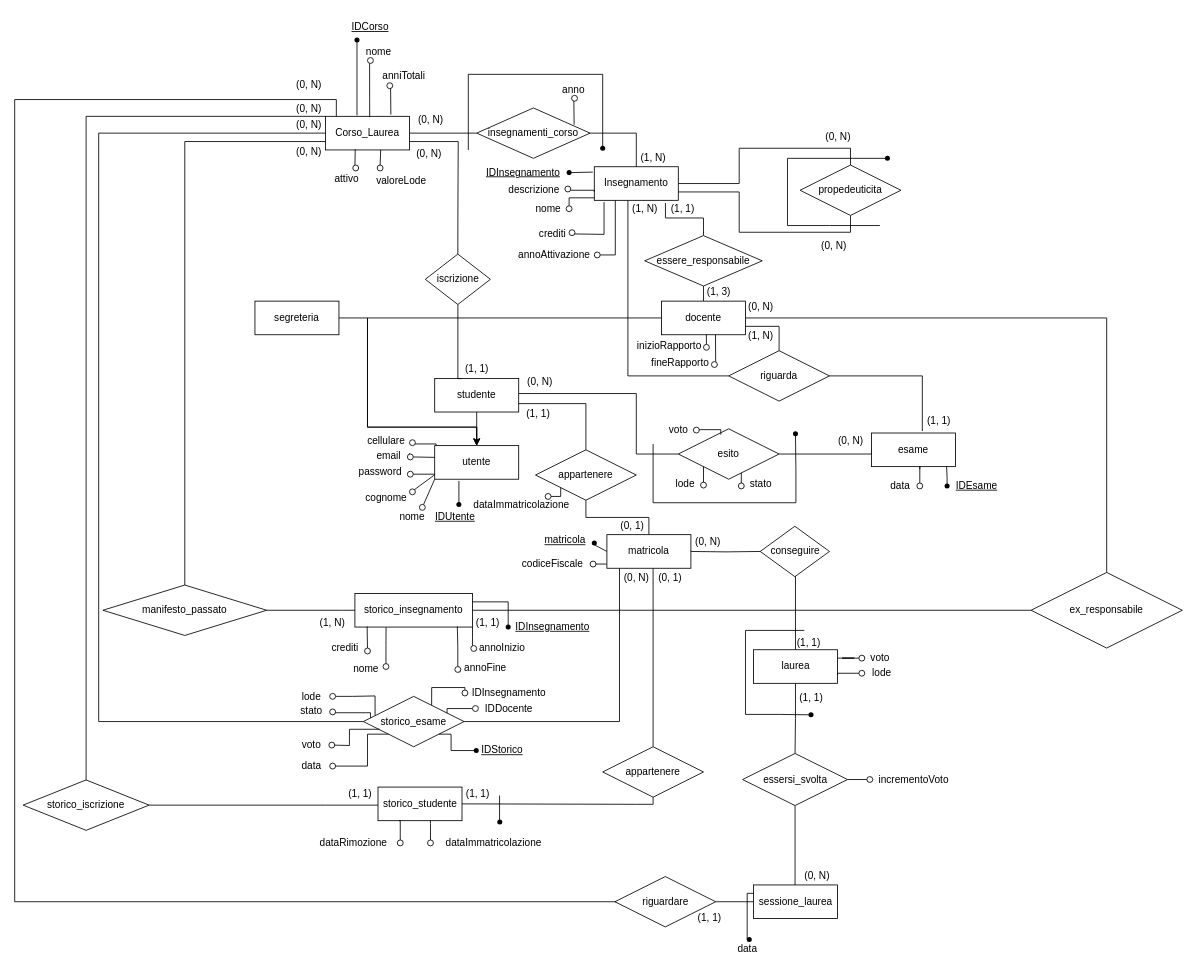
Earlier version of the draw.io diagram page "ER" (1 of 3) of uni.drawio (michelebolis/UniversityExamSystem). Source tidied: cells renumbered, new cells numbered last; positions are measured from the earlier drawing's top-left corner, leaving out a move shared by most shapes. Both pictures are drawn from the tidied source at 84%, with x=0, y=0 at pixel (14, 14).
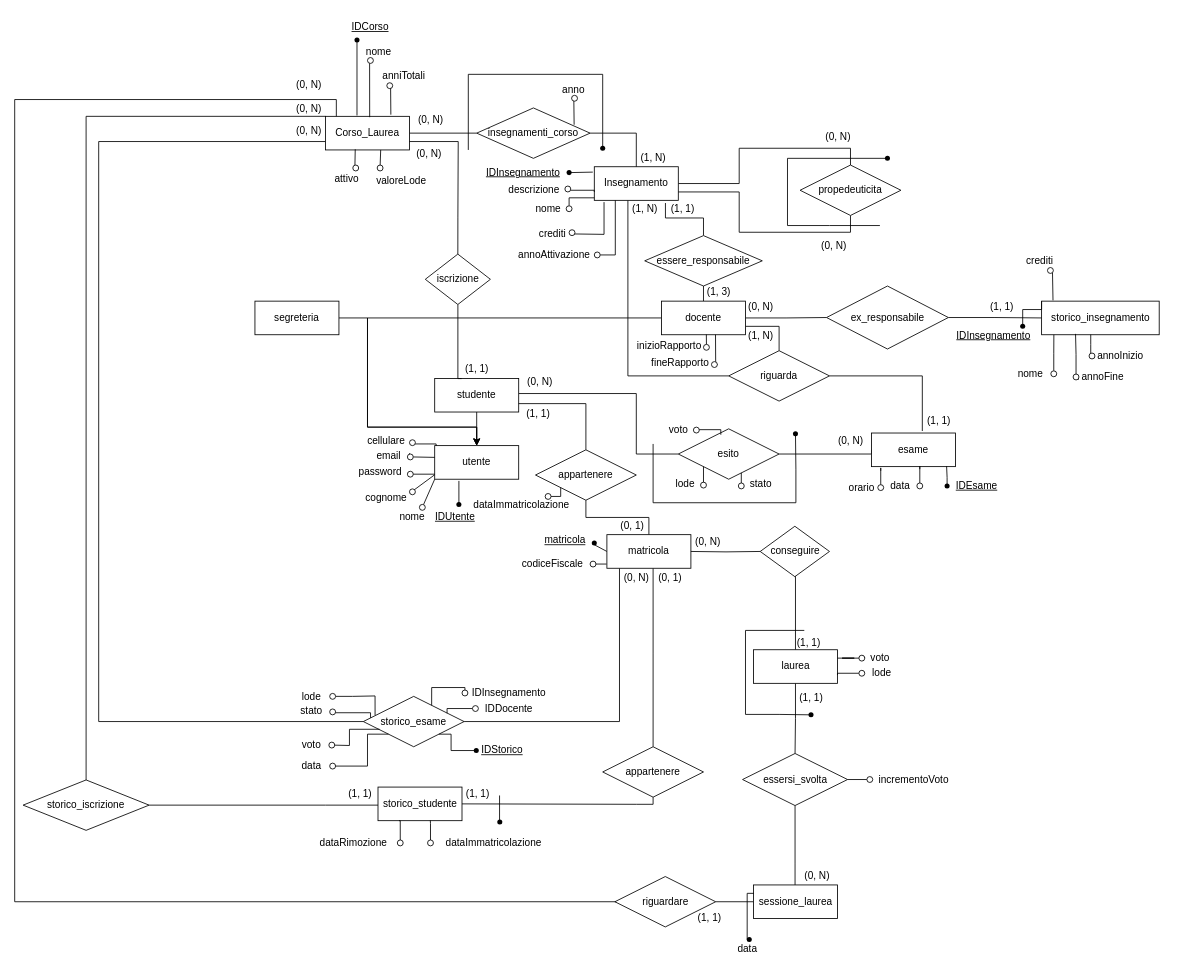
The same page after the edit.

Unchanged cells that the change refers to:
```xml
<mxCell id="10" value="docente" style="whiteSpace=wrap;html=1;align=center;" parent="1" vertex="1">
  <mxGeometry x="770" y="341" width="100" height="40" as="geometry" />
</mxCell>
<mxCell id="17" value="Corso_Laurea" style="whiteSpace=wrap;html=1;align=center;" parent="1" vertex="1">
  <mxGeometry x="370" y="121" width="100" height="40" as="geometry" />
</mxCell>
<mxCell id="65" value="storico_esame" style="shape=rhombus;perimeter=rhombusPerimeter;whiteSpace=wrap;html=1;align=center;" parent="1" vertex="1">
  <mxGeometry x="415" y="811.5" width="120" height="60" as="geometry" />
</mxCell>
```

The edit, as a diff of the source:
```diff
@@
-    <mxCell id="7" style="edgeStyle=orthogonalEdgeStyle;rounded=0;jettySize=auto;html=1;entryX=0.5;entryY=0;entryDx=0;entryDy=0;endArrow=none;endFill=0;" parent="1" edge="1" source="10" target="63">
+    <mxCell id="7" style="edgeStyle=orthogonalEdgeStyle;rounded=0;jettySize=auto;html=1;entryX=0;entryY=0.5;entryDx=0;entryDy=0;endArrow=none;endFill=0;" parent="1" edge="1" source="10" target="63">
       <mxGeometry relative="1" as="geometry" />
     </mxCell>
@@
-    <mxCell id="15" style="edgeStyle=orthogonalEdgeStyle;rounded=0;jettySize=auto;html=1;endArrow=none;endFill=0;exitX=0;exitY=0.75;exitDx=0;exitDy=0;" parent="1" edge="1" source="17" target="70">
-      <mxGeometry relative="1" as="geometry" />
-    </mxCell>
     <mxCell id="16" style="edgeStyle=orthogonalEdgeStyle;rounded=0;jettySize=auto;html=1;entryX=0;entryY=0.5;entryDx=0;entryDy=0;endArrow=none;endFill=0;" parent="1" edge="1" source="17" target="65">
       <mxGeometry relative="1" as="geometry">
         <Array as="points">
-          <mxPoint x="100" y="141" />
+          <mxPoint x="100" y="151" />
           <mxPoint x="100" y="842" />
         </Array>
       </mxGeometry>
     </mxCell>
@@
-    <mxCell id="55" style="edgeStyle=orthogonalEdgeStyle;rounded=0;jettySize=auto;html=1;entryX=1;entryY=0.5;entryDx=0;entryDy=0;exitX=0;exitY=0.5;exitDx=0;exitDy=0;endArrow=none;endFill=0;" parent="1" edge="1" source="56" target="70">
-      <mxGeometry relative="1" as="geometry">
-        <Array as="points">
-          <mxPoint x="390" y="709" />
-          <mxPoint x="390" y="709" />
-        </Array>
-      </mxGeometry>
-    </mxCell>
     <mxCell id="56" value="storico_insegnamento" style="whiteSpace=wrap;html=1;align=center;" parent="1" vertex="1">
-      <mxGeometry x="405" y="689" width="140" height="40" as="geometry" />
+      <mxGeometry x="1222.5" y="341" width="140" height="40" as="geometry" />
     </mxCell>
@@
-    <mxCell id="62" style="edgeStyle=orthogonalEdgeStyle;rounded=0;jettySize=auto;html=1;entryX=1;entryY=0.5;entryDx=0;entryDy=0;endArrow=none;endFill=0;" parent="1" edge="1" source="63" target="56">
+    <mxCell id="62" style="edgeStyle=orthogonalEdgeStyle;rounded=0;jettySize=auto;html=1;endArrow=none;endFill=0;" parent="1" edge="1" source="63" target="56">
       <mxGeometry relative="1" as="geometry" />
     </mxCell>
     <mxCell id="63" value="ex_responsabile" style="shape=rhombus;perimeter=rhombusPerimeter;whiteSpace=wrap;html=1;align=center;" parent="1" vertex="1">
-      <mxGeometry x="1210" y="664" width="180" height="90" as="geometry" />
+      <mxGeometry x="966.5" y="323" width="145" height="75" as="geometry" />
     </mxCell>
@@
     <mxCell id="68" value="annoInizio" style="text;html=1;align=center;verticalAlign=middle;strokeColor=none;fillColor=none;" parent="1" vertex="1">
-      <mxGeometry x="540" y="739" width="80" height="30" as="geometry" />
+      <mxGeometry x="1276" y="390.8" width="80" height="30" as="geometry" />
     </mxCell>
     <mxCell id="69" value="annoFine" style="text;html=1;align=center;verticalAlign=middle;strokeColor=none;fillColor=none;" parent="1" vertex="1">
-      <mxGeometry x="524.5" y="762.5" width="70" height="30" as="geometry" />
+      <mxGeometry x="1260" y="416.3" width="70" height="30" as="geometry" />
     </mxCell>
-    <mxCell id="70" value="manifesto_passato" style="shape=rhombus;perimeter=rhombusPerimeter;whiteSpace=wrap;html=1;align=center;" parent="1" vertex="1">
-      <mxGeometry x="105" y="679" width="195" height="60" as="geometry" />
-    </mxCell>
@@
-    <mxCell id="74" value="(0, N)" style="text;html=1;align=center;verticalAlign=middle;strokeColor=none;fillColor=none;" parent="1" vertex="1">
-      <mxGeometry x="325" y="149" width="50" height="30" as="geometry" />
-    </mxCell>
-    <mxCell id="75" value="(1, N)" style="text;html=1;align=center;verticalAlign=middle;strokeColor=none;fillColor=none;" parent="1" vertex="1">
-      <mxGeometry x="352.5" y="709" width="50" height="30" as="geometry" />
-    </mxCell>
@@
     <mxCell id="101" value="(1, 1)" style="text;html=1;align=center;verticalAlign=middle;strokeColor=none;fillColor=none;" parent="1" vertex="1">
-      <mxGeometry x="537.5" y="709" width="50" height="30" as="geometry" />
+      <mxGeometry x="1150" y="333" width="50" height="30" as="geometry" />
     </mxCell>
     <mxCell id="102" value="IDInsegnamento" style="text;html=1;align=center;verticalAlign=middle;strokeColor=none;fillColor=none;fontStyle=4;" parent="1" vertex="1">
-      <mxGeometry x="585" y="714" width="110" height="30" as="geometry" />
+      <mxGeometry x="1110" y="367" width="110" height="30" as="geometry" />
     </mxCell>
-    <mxCell id="103" style="edgeStyle=orthogonalEdgeStyle;rounded=0;jettySize=auto;html=1;entryX=1;entryY=0.25;entryDx=0;entryDy=0;endArrow=none;endFill=0;" parent="1" edge="1" source="104" target="56">
+    <mxCell id="103" style="edgeStyle=orthogonalEdgeStyle;rounded=0;jettySize=auto;html=1;entryX=0;entryY=0;entryDx=0;entryDy=0;endArrow=none;endFill=0;" parent="1" edge="1" target="56">
       <mxGeometry relative="1" as="geometry">
+        <mxPoint x="1200" y="371" as="sourcePoint" />
         <Array as="points">
-          <mxPoint x="587.5" y="699" />
+          <mxPoint x="1200" y="351" />
+          <mxPoint x="1223" y="351" />
         </Array>
       </mxGeometry>
     </mxCell>
     <mxCell id="104" style="shape=waypoint;sketch=0;size=6;points=[];fillColor=none;perimeter=centerPerimeter;snapToPoint=1;" parent="1" vertex="1">
-      <mxGeometry x="577.5" y="719" width="20" height="20" as="geometry" />
+      <mxGeometry x="1190" y="361" width="20" height="20" as="geometry" />
     </mxCell>
     <mxCell id="105" value="nome" style="text;html=1;align=center;verticalAlign=middle;strokeColor=none;fillColor=none;" parent="1" vertex="1">
-      <mxGeometry x="392.5" y="764" width="50" height="30" as="geometry" />
+      <mxGeometry x="1183.5" y="412.5" width="50" height="30" as="geometry" />
     </mxCell>
     <mxCell id="106" value="crediti" style="text;html=1;align=center;verticalAlign=middle;strokeColor=none;fillColor=none;" parent="1" vertex="1">
-      <mxGeometry x="362.5" y="739" width="60" height="30" as="geometry" />
+      <mxGeometry x="1190" y="278" width="60" height="30" as="geometry" />
     </mxCell>
@@
-    <mxCell id="134" style="edgeStyle=orthogonalEdgeStyle;rounded=0;jettySize=auto;html=1;entryX=1;entryY=1;entryDx=0;entryDy=0;endArrow=none;endFill=0;" parent="1" edge="1" source="209" target="56">
+    <mxCell id="134" style="edgeStyle=orthogonalEdgeStyle;rounded=0;jettySize=auto;html=1;entryX=1;entryY=1;entryDx=0;entryDy=0;endArrow=none;endFill=0;" parent="1" edge="1" source="209">
       <mxGeometry relative="1" as="geometry">
+        <mxPoint x="1281" y="380.8" as="targetPoint" />
         <Array as="points">
-          <mxPoint x="545" y="741" />
-          <mxPoint x="545" y="741" />
+          <mxPoint x="1281" y="392.8" />
+          <mxPoint x="1281" y="392.8" />
         </Array>
       </mxGeometry>
     </mxCell>
-    <mxCell id="135" style="edgeStyle=orthogonalEdgeStyle;rounded=0;jettySize=auto;html=1;entryX=0.871;entryY=0.981;entryDx=0;entryDy=0;entryPerimeter=0;endArrow=none;endFill=0;" parent="1" edge="1" source="211" target="56">
-      <mxGeometry relative="1" as="geometry" />
+    <mxCell id="135" style="edgeStyle=orthogonalEdgeStyle;rounded=0;jettySize=auto;html=1;entryX=0.871;entryY=0.981;entryDx=0;entryDy=0;entryPerimeter=0;endArrow=none;endFill=0;" parent="1" edge="1" source="211">
+      <mxGeometry relative="1" as="geometry">
+        <mxPoint x="1262.9" y="380" as="targetPoint" />
+      </mxGeometry>
     </mxCell>
-    <mxCell id="136" style="edgeStyle=orthogonalEdgeStyle;rounded=0;jettySize=auto;html=1;entryX=0.104;entryY=0.981;entryDx=0;entryDy=0;entryPerimeter=0;endArrow=none;endFill=0;" parent="1" edge="1" target="56">
-      <mxGeometry relative="1" as="geometry">
-        <mxPoint x="420" y="754" as="sourcePoint" />
-      </mxGeometry>
+    <mxCell id="136" style="edgeStyle=orthogonalEdgeStyle;rounded=0;jettySize=auto;html=1;entryX=0.097;entryY=-0.023;entryDx=0;entryDy=0;entryPerimeter=0;endArrow=none;endFill=0;exitX=1;exitY=1;exitDx=0;exitDy=0;" parent="1" edge="1" source="214" target="56">
+      <mxGeometry relative="1" as="geometry" />
     </mxCell>
@@
     <mxCell id="208" style="edgeStyle=orthogonalEdgeStyle;rounded=0;jettySize=auto;html=1;entryX=1;entryY=1;entryDx=0;entryDy=0;endArrow=none;endFill=0;" parent="1" edge="1" target="209">
       <mxGeometry relative="1" as="geometry">
-        <mxPoint x="545" y="754" as="sourcePoint" />
+        <mxPoint x="1281" y="405.8" as="sourcePoint" />
       </mxGeometry>
     </mxCell>
     <mxCell id="209" style="ellipse;whiteSpace=wrap;html=1;" parent="1" vertex="1">
-      <mxGeometry x="543" y="751" width="7" height="7" as="geometry" />
+      <mxGeometry x="1279" y="402.8" width="7" height="7" as="geometry" />
     </mxCell>
     <mxCell id="210" style="edgeStyle=orthogonalEdgeStyle;rounded=0;jettySize=auto;html=1;entryX=0.871;entryY=0.981;entryDx=0;entryDy=0;entryPerimeter=0;endArrow=none;endFill=0;" parent="1" edge="1" target="211">
       <mxGeometry relative="1" as="geometry">
-        <mxPoint x="527.5" y="779" as="sourcePoint" />
+        <mxPoint x="1263.5" y="430.8" as="sourcePoint" />
       </mxGeometry>
     </mxCell>
     <mxCell id="211" style="ellipse;whiteSpace=wrap;html=1;" parent="1" vertex="1">
-      <mxGeometry x="524" y="776" width="7" height="7" as="geometry" />
+      <mxGeometry x="1260" y="427.8" width="7" height="7" as="geometry" />
     </mxCell>
-    <mxCell id="212" style="edgeStyle=orthogonalEdgeStyle;rounded=0;jettySize=auto;html=1;endArrow=none;endFill=0;entryX=0.265;entryY=1.012;entryDx=0;entryDy=0;entryPerimeter=0;" parent="1" edge="1" source="213" target="56">
-      <mxGeometry relative="1" as="geometry" />
+    <mxCell id="212" style="edgeStyle=orthogonalEdgeStyle;rounded=0;jettySize=auto;html=1;endArrow=none;endFill=0;entryX=0.265;entryY=1.012;entryDx=0;entryDy=0;entryPerimeter=0;" parent="1" edge="1" source="213">
+      <mxGeometry relative="1" as="geometry">
+        <mxPoint x="1237.1" y="381" as="targetPoint" />
+      </mxGeometry>
     </mxCell>
     <mxCell id="213" style="ellipse;whiteSpace=wrap;html=1;" parent="1" vertex="1">
-      <mxGeometry x="438.5" y="772.5" width="7" height="7" as="geometry" />
+      <mxGeometry x="1233.5" y="424" width="7" height="7" as="geometry" />
     </mxCell>
     <mxCell id="214" style="ellipse;whiteSpace=wrap;html=1;" parent="1" vertex="1">
-      <mxGeometry x="416.5" y="754" width="7" height="7" as="geometry" />
+      <mxGeometry x="1229.5" y="301" width="7" height="7" as="geometry" />
     </mxCell>
@@
     <mxCell id="250" value="(0, N)" style="text;html=1;align=center;verticalAlign=middle;strokeColor=none;fillColor=none;" parent="1" vertex="1">
-      <mxGeometry x="325" y="116" width="50" height="30" as="geometry" />
+      <mxGeometry x="325" y="124" width="50" height="30" as="geometry" />
     </mxCell>
@@
+    <mxCell id="258" value="orario" style="text;html=1;align=center;verticalAlign=middle;strokeColor=none;fillColor=none;" parent="1" vertex="1">
+      <mxGeometry x="982.5" y="548" width="50" height="30" as="geometry" />
+    </mxCell>
+    <mxCell id="259" style="edgeStyle=orthogonalEdgeStyle;rounded=0;jettySize=auto;html=1;endArrow=none;endFill=0;" parent="1" edge="1" source="260">
+      <mxGeometry relative="1" as="geometry">
+        <mxPoint x="1031" y="543" as="targetPoint" />
+      </mxGeometry>
+    </mxCell>
+    <mxCell id="260" style="ellipse;whiteSpace=wrap;html=1;" parent="1" vertex="1">
+      <mxGeometry x="1027.5" y="559.5" width="7" height="7" as="geometry" />
+    </mxCell>
```
